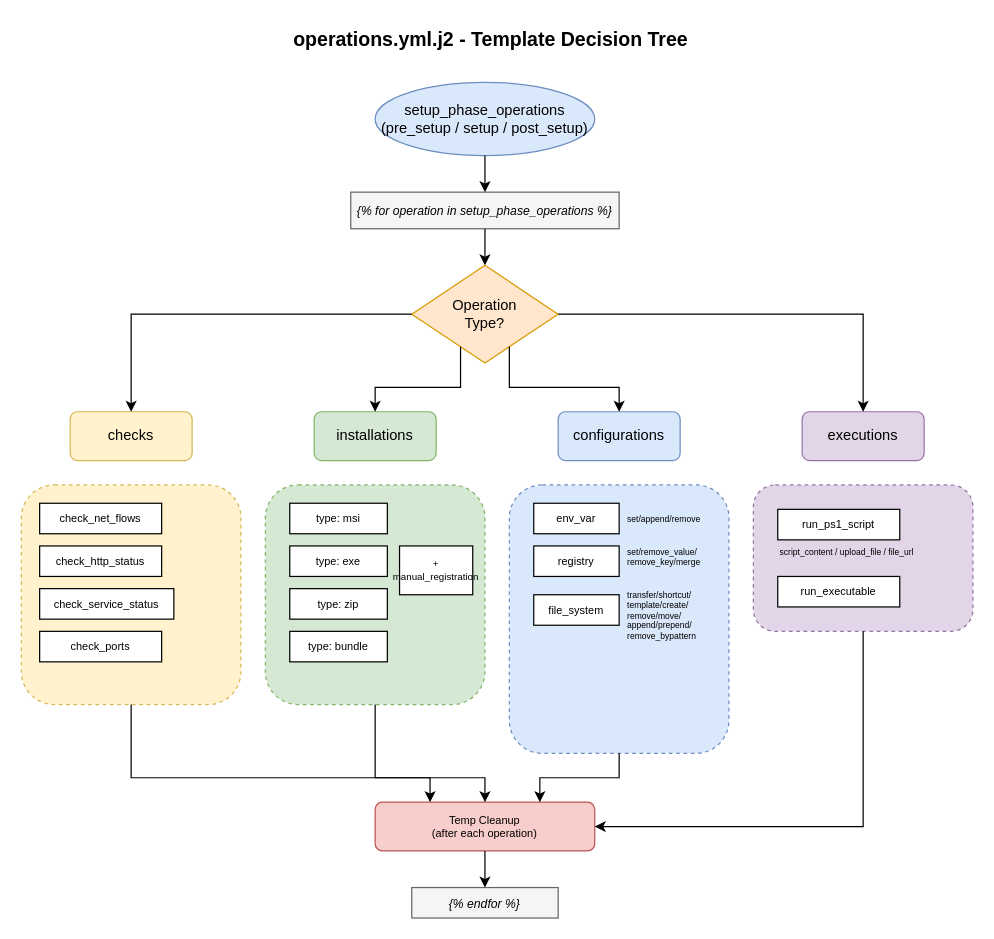
Before: page "Role Template Decision Tree" (2 of 3) of assets/AWAP-Architecture-Diagram.drawio in amindeed/Ansible-Win-AutoProvisioning, a draw.io diagram. Source tidied: cells renumbered, new cells numbered last; positions are measured from the earlier drawing's top-left corner, leaving out a move shared by most shapes. Both pictures are drawn from the tidied source at 122%, with x=0, y=0 at pixel (21, 21).
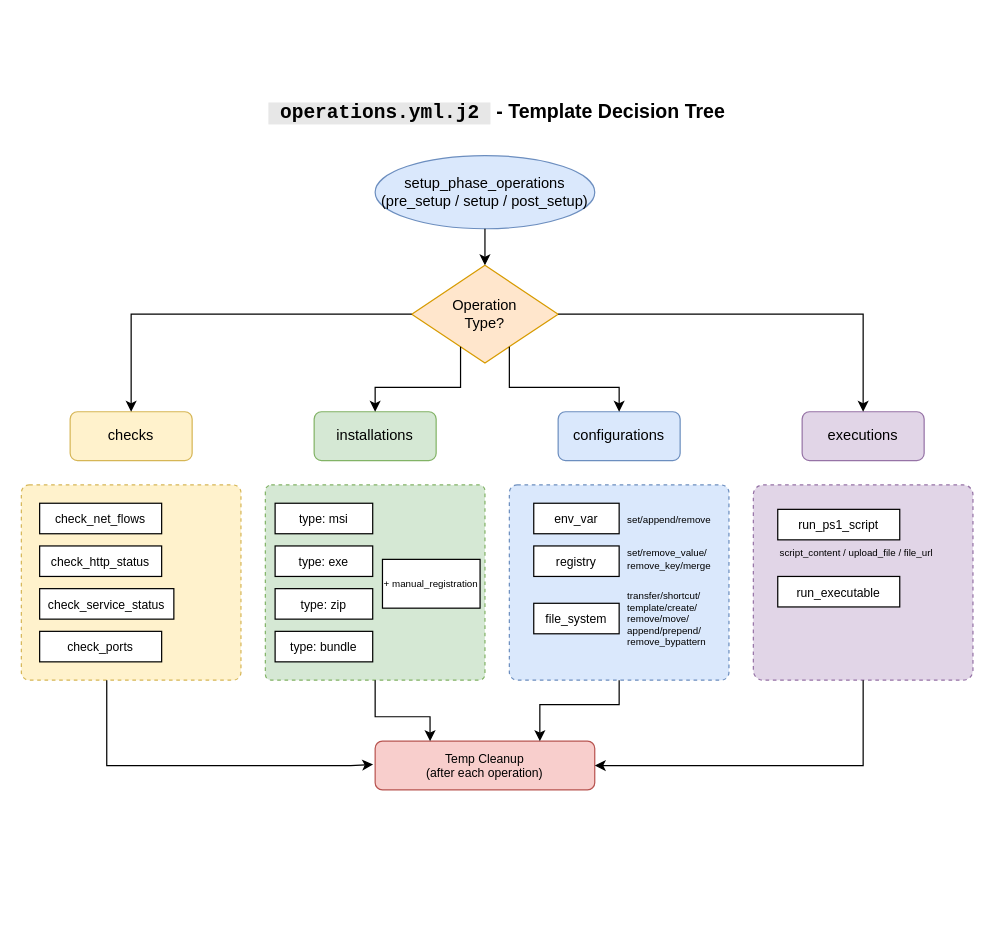
Above is the later version.

The change refers to these unchanged cells:
```xml
<mxCell id="5" value="Operation&lt;br&gt;Type?" style="rhombus;whiteSpace=wrap;html=1;fillColor=#ffe6cc;strokeColor=#d79b00;" parent="1" vertex="1">
  <mxGeometry x="320" y="200" width="120" height="80" as="geometry" />
</mxCell>
```

Diff of the diagram source:
```diff
@@
-    <mxCell id="2" value="operations.yml.j2 - Template Decision Tree" style="text;html=1;strokeColor=none;fillColor=none;align=center;verticalAlign=middle;whiteSpace=wrap;rounded=0;fontSize=16;fontStyle=1;" parent="1" vertex="1">
-      <mxGeometry x="160" width="450" height="30" as="geometry" />
+    <mxCell id="2" value="&lt;font face=&quot;Consolas&quot; style=&quot;background-color: light-dark(rgb(231, 231, 231), rgb(237, 237, 237));&quot;&gt;&amp;nbsp;operations.yml.j2 &lt;/font&gt;&amp;nbsp;- Template Decision Tree" style="text;html=1;strokeColor=none;fillColor=none;align=center;verticalAlign=middle;whiteSpace=wrap;rounded=0;fontSize=16;fontStyle=1;" parent="1" vertex="1">
+      <mxGeometry x="165" y="60" width="450" height="30" as="geometry" />
     </mxCell>
     <mxCell id="3" value="setup_phase_operations&lt;br&gt;(pre_setup / setup / post_setup)" style="ellipse;whiteSpace=wrap;html=1;fillColor=#dae8fc;strokeColor=#6c8ebf;" parent="1" vertex="1">
-      <mxGeometry x="290" y="50" width="180" height="60" as="geometry" />
+      <mxGeometry x="290" y="110" width="180" height="60" as="geometry" />
     </mxCell>
-    <mxCell id="4" value="{% for operation in setup_phase_operations %}" style="rounded=0;whiteSpace=wrap;html=1;fillColor=#f5f5f5;strokeColor=#666666;fontStyle=2;fontSize=10;" parent="1" vertex="1">
-      <mxGeometry x="270" y="140" width="220" height="30" as="geometry" />
-    </mxCell>
@@
-    <mxCell id="7" style="rounded=1;whiteSpace=wrap;html=1;fillColor=#fff2cc;strokeColor=#d6b656;dashed=1;" parent="1" vertex="1">
-      <mxGeometry y="380" width="180" height="180" as="geometry" />
+    <mxCell id="7" style="rounded=1;whiteSpace=wrap;html=1;fillColor=#fff2cc;strokeColor=#d6b656;dashed=1;arcSize=4;" parent="1" vertex="1">
+      <mxGeometry y="380" width="180" height="160" as="geometry" />
     </mxCell>
-    <mxCell id="8" value="check_net_flows" style="rounded=0;whiteSpace=wrap;html=1;fontSize=9;" parent="1" vertex="1">
+    <mxCell id="8" value="&lt;font style=&quot;font-size: 10px;&quot;&gt;check_net_flows&lt;/font&gt;" style="rounded=0;whiteSpace=wrap;html=1;fontSize=9;" parent="1" vertex="1">
       <mxGeometry x="15" y="395" width="100" height="25" as="geometry" />
     </mxCell>
-    <mxCell id="9" value="check_http_status" style="rounded=0;whiteSpace=wrap;html=1;fontSize=9;" parent="1" vertex="1">
+    <mxCell id="9" value="&lt;font style=&quot;font-size: 10px;&quot;&gt;check_http_status&lt;/font&gt;" style="rounded=0;whiteSpace=wrap;html=1;fontSize=9;" parent="1" vertex="1">
       <mxGeometry x="15" y="430" width="100" height="25" as="geometry" />
     </mxCell>
-    <mxCell id="10" value="check_service_status" style="rounded=0;whiteSpace=wrap;html=1;fontSize=9;" parent="1" vertex="1">
+    <mxCell id="10" value="&lt;font style=&quot;font-size: 10px;&quot;&gt;check_service_status&lt;/font&gt;" style="rounded=0;whiteSpace=wrap;html=1;fontSize=9;" parent="1" vertex="1">
       <mxGeometry x="15" y="465" width="110" height="25" as="geometry" />
     </mxCell>
-    <mxCell id="11" value="check_ports" style="rounded=0;whiteSpace=wrap;html=1;fontSize=9;" parent="1" vertex="1">
+    <mxCell id="11" value="&lt;font style=&quot;font-size: 10px;&quot;&gt;check_ports&lt;/font&gt;" style="rounded=0;whiteSpace=wrap;html=1;fontSize=9;" parent="1" vertex="1">
       <mxGeometry x="15" y="500" width="100" height="25" as="geometry" />
     </mxCell>
@@
-    <mxCell id="13" style="rounded=1;whiteSpace=wrap;html=1;fillColor=#d5e8d4;strokeColor=#82b366;dashed=1;" parent="1" vertex="1">
-      <mxGeometry x="200" y="380" width="180" height="180" as="geometry" />
+    <mxCell id="13" style="rounded=1;whiteSpace=wrap;html=1;fillColor=#d5e8d4;strokeColor=#82b366;dashed=1;arcSize=3;" parent="1" vertex="1">
+      <mxGeometry x="200" y="380" width="180" height="160" as="geometry" />
     </mxCell>
-    <mxCell id="14" value="type: msi" style="rounded=0;whiteSpace=wrap;html=1;fontSize=9;" parent="1" vertex="1">
-      <mxGeometry x="220" y="395" width="80" height="25" as="geometry" />
+    <mxCell id="14" value="&lt;font style=&quot;font-size: 10px;&quot;&gt;type: msi&lt;/font&gt;" style="rounded=0;whiteSpace=wrap;html=1;fontSize=9;" parent="1" vertex="1">
+      <mxGeometry x="208" y="395" width="80" height="25" as="geometry" />
     </mxCell>
-    <mxCell id="15" value="type: exe" style="rounded=0;whiteSpace=wrap;html=1;fontSize=9;" parent="1" vertex="1">
-      <mxGeometry x="220" y="430" width="80" height="25" as="geometry" />
+    <mxCell id="15" value="&lt;font style=&quot;font-size: 10px;&quot;&gt;type: exe&lt;/font&gt;" style="rounded=0;whiteSpace=wrap;html=1;fontSize=9;" parent="1" vertex="1">
+      <mxGeometry x="208" y="430" width="80" height="25" as="geometry" />
     </mxCell>
-    <mxCell id="16" value="type: zip" style="rounded=0;whiteSpace=wrap;html=1;fontSize=9;" parent="1" vertex="1">
-      <mxGeometry x="220" y="465" width="80" height="25" as="geometry" />
+    <mxCell id="16" value="&lt;font style=&quot;font-size: 10px;&quot;&gt;type: zip&lt;/font&gt;" style="rounded=0;whiteSpace=wrap;html=1;fontSize=9;" parent="1" vertex="1">
+      <mxGeometry x="208" y="465" width="80" height="25" as="geometry" />
     </mxCell>
-    <mxCell id="17" value="type: bundle" style="rounded=0;whiteSpace=wrap;html=1;fontSize=9;" parent="1" vertex="1">
-      <mxGeometry x="220" y="500" width="80" height="25" as="geometry" />
+    <mxCell id="17" value="&lt;font style=&quot;font-size: 10px;&quot;&gt;type: bundle&lt;/font&gt;" style="rounded=0;whiteSpace=wrap;html=1;fontSize=9;" parent="1" vertex="1">
+      <mxGeometry x="208" y="500" width="80" height="25" as="geometry" />
     </mxCell>
     <mxCell id="18" value="+ manual_registration" style="rounded=0;whiteSpace=wrap;html=1;fontSize=8;" parent="1" vertex="1">
-      <mxGeometry x="310" y="430" width="60" height="40" as="geometry" />
+      <mxGeometry x="296" y="441" width="80" height="40" as="geometry" />
     </mxCell>
@@
-    <mxCell id="20" style="rounded=1;whiteSpace=wrap;html=1;fillColor=#dae8fc;strokeColor=#6c8ebf;dashed=1;" parent="1" vertex="1">
-      <mxGeometry x="400" y="380" width="180" height="220" as="geometry" />
+    <mxCell id="20" style="rounded=1;whiteSpace=wrap;html=1;fillColor=#dae8fc;strokeColor=#6c8ebf;dashed=1;arcSize=4;" parent="1" vertex="1">
+      <mxGeometry x="400" y="380" width="180" height="160" as="geometry" />
     </mxCell>
-    <mxCell id="21" value="env_var" style="rounded=0;whiteSpace=wrap;html=1;fontSize=9;" parent="1" vertex="1">
+    <mxCell id="21" value="&lt;font style=&quot;font-size: 10px;&quot;&gt;env_var&lt;/font&gt;" style="rounded=0;whiteSpace=wrap;html=1;fontSize=9;" parent="1" vertex="1">
       <mxGeometry x="420" y="395" width="70" height="25" as="geometry" />
     </mxCell>
-    <mxCell id="22" value="set/append/remove" style="text;html=1;strokeColor=none;fillColor=none;fontSize=7;" parent="1" vertex="1">
+    <mxCell id="22" value="&lt;font style=&quot;font-size: 8px;&quot;&gt;set/append/remove&lt;/font&gt;" style="text;html=1;strokeColor=none;fillColor=none;fontSize=7;" parent="1" vertex="1">
       <mxGeometry x="495" y="398" width="70" height="20" as="geometry" />
     </mxCell>
-    <mxCell id="23" value="registry" style="rounded=0;whiteSpace=wrap;html=1;fontSize=9;" parent="1" vertex="1">
+    <mxCell id="23" value="&lt;font style=&quot;font-size: 10px;&quot;&gt;registry&lt;/font&gt;" style="rounded=0;whiteSpace=wrap;html=1;fontSize=9;" parent="1" vertex="1">
       <mxGeometry x="420" y="430" width="70" height="25" as="geometry" />
     </mxCell>
-    <mxCell id="24" value="set/remove_value/&lt;br&gt;remove_key/merge" style="text;html=1;strokeColor=none;fillColor=none;fontSize=7;" parent="1" vertex="1">
+    <mxCell id="24" value="&lt;font style=&quot;font-size: 8px;&quot;&gt;set/remove_value/&lt;br&gt;remove_key/merge&lt;/font&gt;" style="text;html=1;strokeColor=none;fillColor=none;fontSize=7;" parent="1" vertex="1">
       <mxGeometry x="495" y="425" width="80" height="35" as="geometry" />
     </mxCell>
-    <mxCell id="25" value="file_system" style="rounded=0;whiteSpace=wrap;html=1;fontSize=9;" parent="1" vertex="1">
-      <mxGeometry x="420" y="470" width="70" height="25" as="geometry" />
+    <mxCell id="25" value="&lt;font style=&quot;font-size: 10px;&quot;&gt;file_system&lt;/font&gt;" style="rounded=0;whiteSpace=wrap;html=1;fontSize=9;" parent="1" vertex="1">
+      <mxGeometry x="420" y="477" width="70" height="25" as="geometry" />
     </mxCell>
-    <mxCell id="26" value="transfer/shortcut/&lt;br&gt;template/create/&lt;br&gt;remove/move/&lt;br&gt;append/prepend/&lt;br&gt;remove_bypattern" style="text;html=1;strokeColor=none;fillColor=none;fontSize=7;align=left;" parent="1" vertex="1">
+    <mxCell id="26" value="&lt;font style=&quot;font-size: 8px;&quot;&gt;transfer/shortcut/&lt;br&gt;template/create/&lt;br&gt;remove/move/&lt;br&gt;append/prepend/&lt;br&gt;remove_bypattern&lt;/font&gt;" style="text;html=1;strokeColor=none;fillColor=none;fontSize=7;align=left;" parent="1" vertex="1">
       <mxGeometry x="495" y="460" width="80" height="60" as="geometry" />
     </mxCell>
@@
-    <mxCell id="28" style="rounded=1;whiteSpace=wrap;html=1;fillColor=#e1d5e7;strokeColor=#9673a6;dashed=1;" parent="1" vertex="1">
-      <mxGeometry x="600" y="380" width="180" height="120" as="geometry" />
+    <mxCell id="28" style="rounded=1;whiteSpace=wrap;html=1;fillColor=#e1d5e7;strokeColor=#9673a6;dashed=1;arcSize=5;" parent="1" vertex="1">
+      <mxGeometry x="600" y="380" width="180" height="160" as="geometry" />
     </mxCell>
-    <mxCell id="29" value="run_ps1_script" style="rounded=0;whiteSpace=wrap;html=1;fontSize=9;" parent="1" vertex="1">
+    <mxCell id="29" value="&lt;font style=&quot;font-size: 10px;&quot;&gt;run_ps1_script&lt;/font&gt;" style="rounded=0;whiteSpace=wrap;html=1;fontSize=9;" parent="1" vertex="1">
       <mxGeometry x="620" y="400" width="100" height="25" as="geometry" />
     </mxCell>
-    <mxCell id="30" value="script_content / upload_file / file_url" style="text;html=1;strokeColor=none;fillColor=none;fontSize=7;" parent="1" vertex="1">
+    <mxCell id="30" value="&lt;font style=&quot;font-size: 8px;&quot;&gt;script_content / upload_file / file_url&lt;/font&gt;" style="text;html=1;strokeColor=none;fillColor=none;fontSize=7;" parent="1" vertex="1">
       <mxGeometry x="620" y="425" width="140" height="15" as="geometry" />
     </mxCell>
-    <mxCell id="31" value="run_executable" style="rounded=0;whiteSpace=wrap;html=1;fontSize=9;" parent="1" vertex="1">
+    <mxCell id="31" value="&lt;font style=&quot;font-size: 10px;&quot;&gt;run_executable&lt;/font&gt;" style="rounded=0;whiteSpace=wrap;html=1;fontSize=9;" parent="1" vertex="1">
       <mxGeometry x="620" y="455" width="100" height="25" as="geometry" />
     </mxCell>
-    <mxCell id="32" value="Temp Cleanup&lt;br&gt;(after each operation)" style="rounded=1;whiteSpace=wrap;html=1;fillColor=#f8cecc;strokeColor=#b85450;fontSize=9;" parent="1" vertex="1">
-      <mxGeometry x="290" y="640" width="180" height="40" as="geometry" />
+    <mxCell id="32" value="&lt;font style=&quot;font-size: 10px;&quot;&gt;Temp Cleanup&lt;br&gt;(after each operation)&lt;/font&gt;" style="rounded=1;whiteSpace=wrap;html=1;fillColor=#f8cecc;strokeColor=#b85450;fontSize=9;" parent="1" vertex="1">
+      <mxGeometry x="290" y="590" width="180" height="40" as="geometry" />
     </mxCell>
-    <mxCell id="33" value="{% endfor %}" style="rounded=0;whiteSpace=wrap;html=1;fillColor=#f5f5f5;strokeColor=#666666;fontStyle=2;fontSize=10;" parent="1" vertex="1">
-      <mxGeometry x="320" y="710" width="120" height="25" as="geometry" />
-    </mxCell>
-    <mxCell id="34" style="edgeStyle=orthogonalEdgeStyle;rounded=0;html=1;" parent="1" edge="1" source="3" target="4">
+    <mxCell id="34" style="edgeStyle=orthogonalEdgeStyle;rounded=0;html=1;entryX=0.5;entryY=0;entryDx=0;entryDy=0;" parent="1" edge="1" source="3" target="5">
       <mxGeometry relative="1" as="geometry" />
     </mxCell>
-    <mxCell id="35" style="edgeStyle=orthogonalEdgeStyle;rounded=0;html=1;" parent="1" edge="1" source="4" target="5">
-      <mxGeometry relative="1" as="geometry" />
-    </mxCell>
@@
-    <mxCell id="40" style="edgeStyle=orthogonalEdgeStyle;rounded=0;html=1;entryX=0.5;entryY=0;" parent="1" edge="1" source="7" target="32">
+    <mxCell id="40" style="edgeStyle=orthogonalEdgeStyle;rounded=0;html=1;entryX=-0.009;entryY=0.479;entryDx=0;entryDy=0;entryPerimeter=0;" parent="1" edge="1" target="32">
       <mxGeometry relative="1" as="geometry">
+        <mxPoint x="70" y="540" as="sourcePoint" />
         <Array as="points">
-          <mxPoint x="90" y="620" />
-          <mxPoint x="380" y="620" />
+          <mxPoint x="70" y="610" />
+          <mxPoint x="270" y="610" />
         </Array>
       </mxGeometry>
     </mxCell>
     <mxCell id="41" style="edgeStyle=orthogonalEdgeStyle;rounded=0;html=1;entryX=0.25;entryY=0;" parent="1" edge="1" source="13" target="32">
       <mxGeometry relative="1" as="geometry">
         <Array as="points">
-          <mxPoint x="290" y="620" />
-          <mxPoint x="335" y="620" />
+          <mxPoint x="290" y="570" />
+          <mxPoint x="335" y="570" />
         </Array>
       </mxGeometry>
     </mxCell>
     <mxCell id="42" style="edgeStyle=orthogonalEdgeStyle;rounded=0;html=1;entryX=0.75;entryY=0;" parent="1" edge="1" source="20" target="32">
       <mxGeometry relative="1" as="geometry">
         <Array as="points">
-          <mxPoint x="490" y="620" />
-          <mxPoint x="425" y="620" />
+          <mxPoint x="490" y="560" />
+          <mxPoint x="425" y="560" />
         </Array>
       </mxGeometry>
     </mxCell>
     <mxCell id="43" style="edgeStyle=orthogonalEdgeStyle;rounded=0;html=1;entryX=1;entryY=0.5;" parent="1" edge="1" source="28" target="32">
       <mxGeometry relative="1" as="geometry">
         <Array as="points">
-          <mxPoint x="690" y="620" />
-          <mxPoint x="690" y="660" />
+          <mxPoint x="690" y="610" />
         </Array>
       </mxGeometry>
     </mxCell>
-    <mxCell id="44" style="edgeStyle=orthogonalEdgeStyle;rounded=0;html=1;" parent="1" edge="1" source="32" target="33">
-      <mxGeometry relative="1" as="geometry" />
-    </mxCell>
```
